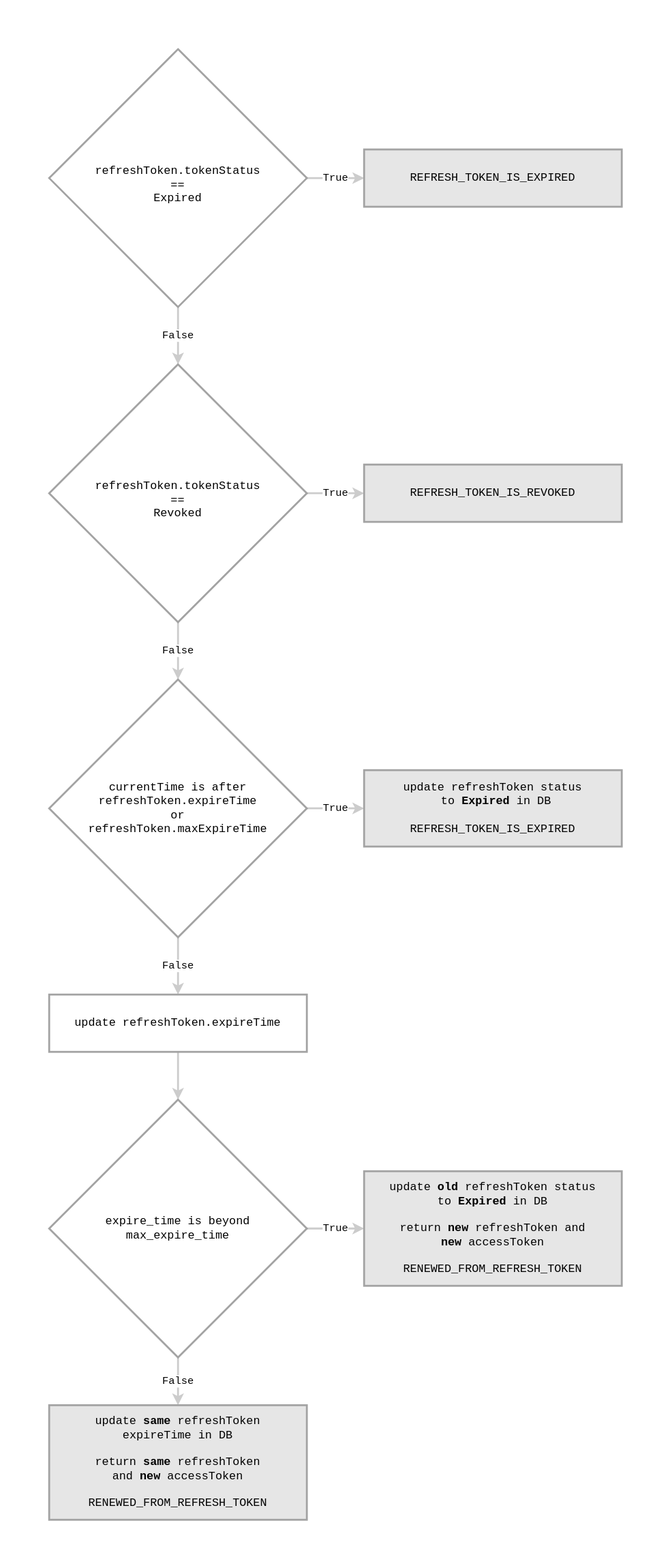
The draw.io diagram refresh_token_flowchart.svg in GitCodings/Stack-BE1-IDM-Service-Starter, before a commit. Source tidied: cells renumbered, new cells last; positions are measured from the earlier drawing's top-left corner, leaving out a move shared by most shapes. The source it was exported from:
```xml
<mxGraphModel>
  <root>
    <mxCell id="0" />
    <mxCell id="1" parent="0" />
    <mxCell id="2" value="True" style="edgeStyle=orthogonalEdgeStyle;rounded=0;jettySize=auto;html=1;fontFamily=Courier New;strokeColor=#CCCCCC;strokeWidth=2;" parent="1" edge="1" source="4" target="5">
      <mxGeometry relative="1" as="geometry" />
    </mxCell>
    <mxCell id="3" value="False" style="edgeStyle=orthogonalEdgeStyle;rounded=0;jettySize=auto;html=1;fontFamily=Courier New;strokeColor=#CCCCCC;strokeWidth=2;" parent="1" edge="1" source="4" target="8">
      <mxGeometry relative="1" as="geometry" />
    </mxCell>
    <mxCell id="4" value="&lt;font&gt;&lt;br&gt;refreshToken.tokenStatus&lt;br&gt;==&lt;br&gt;Expired&lt;/font&gt;" style="rhombus;whiteSpace=wrap;html=1;fontFamily=Courier New;labelBackgroundColor=none;labelBorderColor=none;strokeColor=#A3A3A3;strokeWidth=2;" parent="1" vertex="1">
      <mxGeometry width="270" height="270" as="geometry" />
    </mxCell>
    <mxCell id="5" value="REFRESH_TOKEN_IS_EXPIRED" style="whiteSpace=wrap;html=1;fontFamily=Courier New;strokeColor=#A3A3A3;labelBackgroundColor=none;labelBorderColor=none;strokeWidth=2;fillColor=#E6E6E6;" parent="1" vertex="1">
      <mxGeometry x="330" y="105" width="270" height="60" as="geometry" />
    </mxCell>
    <mxCell id="6" value="True" style="edgeStyle=orthogonalEdgeStyle;rounded=0;jettySize=auto;html=1;fontFamily=Courier New;strokeColor=#CCCCCC;strokeWidth=2;" parent="1" edge="1" source="8" target="9">
      <mxGeometry relative="1" as="geometry" />
    </mxCell>
    <mxCell id="7" value="False" style="edgeStyle=orthogonalEdgeStyle;rounded=0;jettySize=auto;html=1;fontFamily=Courier New;strokeColor=#CCCCCC;strokeWidth=2;" parent="1" edge="1" source="8" target="12">
      <mxGeometry relative="1" as="geometry" />
    </mxCell>
    <mxCell id="8" value="&lt;br&gt;refreshToken.tokenStatus&lt;br&gt;==&lt;br&gt;Revoked" style="rhombus;whiteSpace=wrap;html=1;fontFamily=Courier New;labelBackgroundColor=none;labelBorderColor=none;strokeColor=#A3A3A3;strokeWidth=2;" parent="1" vertex="1">
      <mxGeometry y="330" width="270" height="270" as="geometry" />
    </mxCell>
    <mxCell id="9" value="REFRESH_TOKEN_IS_REVOKED" style="whiteSpace=wrap;html=1;fontFamily=Courier New;strokeColor=#A3A3A3;labelBackgroundColor=none;labelBorderColor=none;strokeWidth=2;fillColor=#E6E6E6;" parent="1" vertex="1">
      <mxGeometry x="330" y="435" width="270" height="60" as="geometry" />
    </mxCell>
    <mxCell id="10" value="True" style="edgeStyle=orthogonalEdgeStyle;rounded=0;jettySize=auto;html=1;fontFamily=Courier New;strokeColor=#CCCCCC;strokeWidth=2;" parent="1" edge="1" source="12" target="13">
      <mxGeometry relative="1" as="geometry" />
    </mxCell>
    <mxCell id="11" value="False" style="edgeStyle=orthogonalEdgeStyle;rounded=0;jettySize=auto;html=1;fontFamily=Courier New;strokeColor=#CCCCCC;strokeWidth=2;" parent="1" edge="1" source="12" target="15">
      <mxGeometry relative="1" as="geometry" />
    </mxCell>
    <mxCell id="12" value="&lt;font&gt;currentTime is after &lt;br&gt;refreshToken.expireTime&lt;br&gt;or&lt;br&gt;refreshToken.maxExpireTime&lt;br&gt;&lt;/font&gt;" style="rhombus;whiteSpace=wrap;html=1;fontFamily=Courier New;labelBackgroundColor=none;labelBorderColor=none;strokeColor=#A3A3A3;strokeWidth=2;" parent="1" vertex="1">
      <mxGeometry y="660" width="270" height="270" as="geometry" />
    </mxCell>
    <mxCell id="13" value="update refreshToken status&lt;br&gt;&amp;nbsp;to &lt;b&gt;Expired&lt;/b&gt; in DB&lt;br&gt;&lt;br&gt;REFRESH_TOKEN_IS_EXPIRED" style="whiteSpace=wrap;html=1;fontFamily=Courier New;strokeColor=#A3A3A3;labelBackgroundColor=none;labelBorderColor=none;strokeWidth=2;fillColor=#E6E6E6;" parent="1" vertex="1">
      <mxGeometry x="330" y="755" width="270" height="80" as="geometry" />
    </mxCell>
    <mxCell id="14" style="edgeStyle=orthogonalEdgeStyle;rounded=0;jettySize=auto;html=1;fontFamily=Courier New;strokeColor=#CCCCCC;strokeWidth=2;" parent="1" edge="1" source="15" target="18">
      <mxGeometry relative="1" as="geometry" />
    </mxCell>
    <mxCell id="15" value="update refreshToken.expireTime" style="whiteSpace=wrap;html=1;fontFamily=Courier New;strokeColor=#A3A3A3;labelBackgroundColor=none;labelBorderColor=none;strokeWidth=2;" parent="1" vertex="1">
      <mxGeometry y="990" width="270" height="60" as="geometry" />
    </mxCell>
    <mxCell id="16" value="True" style="edgeStyle=orthogonalEdgeStyle;rounded=0;jettySize=auto;html=1;fontFamily=Courier New;strokeColor=#CCCCCC;strokeWidth=2;" parent="1" edge="1" source="18" target="19">
      <mxGeometry relative="1" as="geometry" />
    </mxCell>
    <mxCell id="17" value="False" style="edgeStyle=orthogonalEdgeStyle;rounded=0;jettySize=auto;html=1;fontFamily=Courier New;strokeColor=#CCCCCC;strokeWidth=2;" parent="1" edge="1" source="18" target="20">
      <mxGeometry relative="1" as="geometry" />
    </mxCell>
    <mxCell id="18" value="expire_time is beyond&lt;br&gt;max_expire_time" style="rhombus;whiteSpace=wrap;html=1;fontFamily=Courier New;strokeColor=#A3A3A3;labelBackgroundColor=none;labelBorderColor=none;strokeWidth=2;" parent="1" vertex="1">
      <mxGeometry y="1100" width="270" height="270" as="geometry" />
    </mxCell>
    <mxCell id="19" value="update&amp;nbsp;&lt;b&gt;old&lt;/b&gt; refreshToken status&lt;br&gt;to &lt;b&gt;Expired&lt;/b&gt; in DB&lt;br&gt;&lt;br&gt;return &lt;b&gt;new&lt;/b&gt; refreshToken and&lt;br&gt;&lt;b&gt;new&lt;/b&gt; accessToken&lt;br&gt;&lt;br&gt;RENEWED_FROM_REFRESH_TOKEN" style="whiteSpace=wrap;html=1;fontFamily=Courier New;strokeColor=#A3A3A3;labelBackgroundColor=none;labelBorderColor=none;strokeWidth=2;fillColor=#E6E6E6;" parent="1" vertex="1">
      <mxGeometry x="330" y="1175" width="270" height="120" as="geometry" />
    </mxCell>
    <mxCell id="20" value="update &lt;b&gt;same&lt;/b&gt; refreshToken &lt;br&gt;expireTime in DB&lt;br&gt;&lt;br&gt;return &lt;b&gt;same&lt;/b&gt; refreshToken&lt;br&gt;and &lt;b&gt;new&lt;/b&gt; accessToken&lt;br&gt;&lt;br&gt;RENEWED_FROM_REFRESH_TOKEN" style="whiteSpace=wrap;html=1;fontFamily=Courier New;strokeColor=#A3A3A3;labelBackgroundColor=none;labelBorderColor=none;strokeWidth=2;fillColor=#E6E6E6;" parent="1" vertex="1">
      <mxGeometry y="1420" width="270" height="120" as="geometry" />
    </mxCell>
  </root>
</mxGraphModel>
```
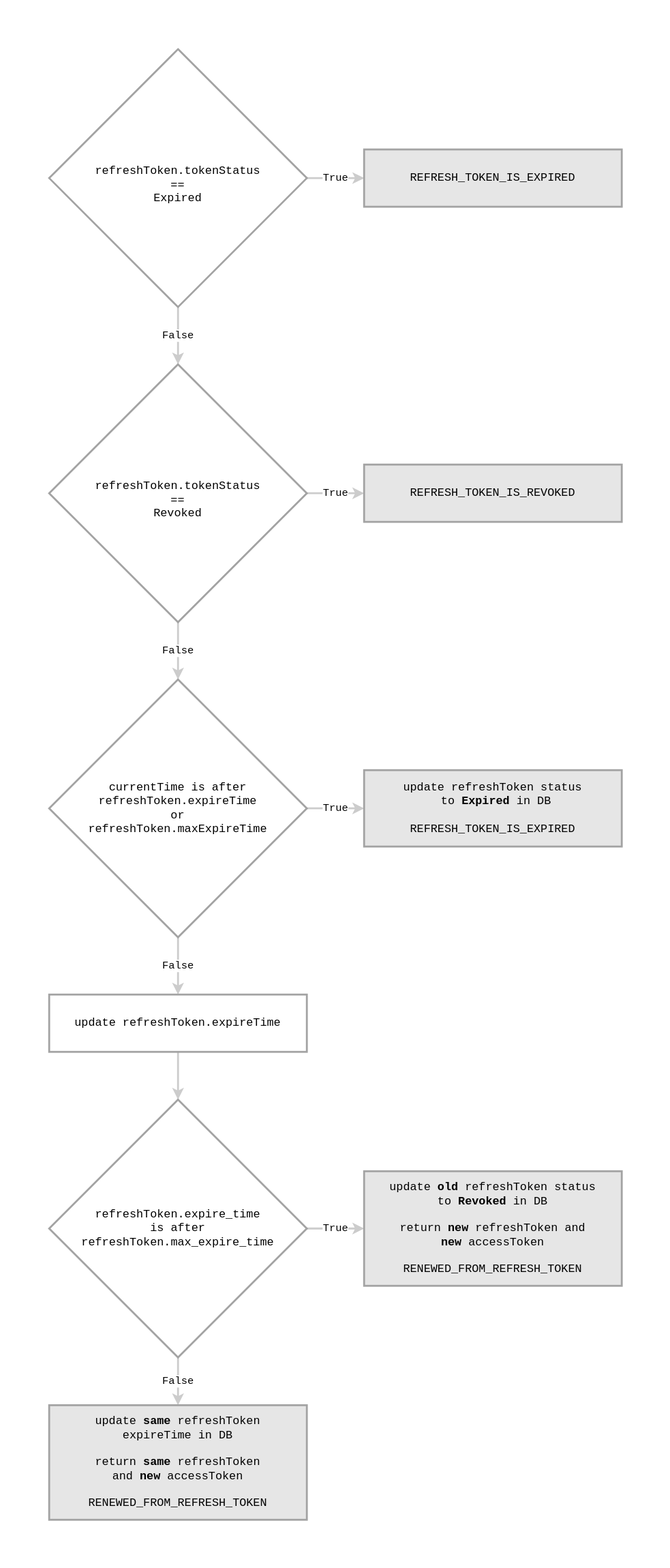
Later version of the same file.

The edit, as a diff of the source:
```diff
@@ -50,10 +50,10 @@
     <mxCell id="17" value="False" style="edgeStyle=orthogonalEdgeStyle;rounded=0;jettySize=auto;html=1;fontFamily=Courier New;strokeColor=#CCCCCC;strokeWidth=2;" parent="1" edge="1" source="18" target="20">
       <mxGeometry relative="1" as="geometry" />
     </mxCell>
-    <mxCell id="18" value="expire_time is beyond&lt;br&gt;max_expire_time" style="rhombus;whiteSpace=wrap;html=1;fontFamily=Courier New;strokeColor=#A3A3A3;labelBackgroundColor=none;labelBorderColor=none;strokeWidth=2;" parent="1" vertex="1">
+    <mxCell id="18" value="refreshToken.expire_time &lt;br&gt;is after&lt;br&gt;refreshToken.max_expire_time" style="rhombus;whiteSpace=wrap;html=1;fontFamily=Courier New;strokeColor=#A3A3A3;labelBackgroundColor=none;labelBorderColor=none;strokeWidth=2;" parent="1" vertex="1">
       <mxGeometry y="1100" width="270" height="270" as="geometry" />
     </mxCell>
-    <mxCell id="19" value="update&amp;nbsp;&lt;b&gt;old&lt;/b&gt; refreshToken status&lt;br&gt;to &lt;b&gt;Expired&lt;/b&gt; in DB&lt;br&gt;&lt;br&gt;return &lt;b&gt;new&lt;/b&gt; refreshToken and&lt;br&gt;&lt;b&gt;new&lt;/b&gt; accessToken&lt;br&gt;&lt;br&gt;RENEWED_FROM_REFRESH_TOKEN" style="whiteSpace=wrap;html=1;fontFamily=Courier New;strokeColor=#A3A3A3;labelBackgroundColor=none;labelBorderColor=none;strokeWidth=2;fillColor=#E6E6E6;" parent="1" vertex="1">
+    <mxCell id="19" value="update&amp;nbsp;&lt;b&gt;old&lt;/b&gt; refreshToken status&lt;br&gt;to &lt;b&gt;Revoked&lt;/b&gt; in DB&lt;br&gt;&lt;br&gt;return &lt;b&gt;new&lt;/b&gt; refreshToken and&lt;br&gt;&lt;b&gt;new&lt;/b&gt; accessToken&lt;br&gt;&lt;br&gt;RENEWED_FROM_REFRESH_TOKEN" style="whiteSpace=wrap;html=1;fontFamily=Courier New;strokeColor=#A3A3A3;labelBackgroundColor=none;labelBorderColor=none;strokeWidth=2;fillColor=#E6E6E6;" parent="1" vertex="1">
       <mxGeometry x="330" y="1175" width="270" height="120" as="geometry" />
     </mxCell>
     <mxCell id="20" value="update &lt;b&gt;same&lt;/b&gt; refreshToken &lt;br&gt;expireTime in DB&lt;br&gt;&lt;br&gt;return &lt;b&gt;same&lt;/b&gt; refreshToken&lt;br&gt;and &lt;b&gt;new&lt;/b&gt; accessToken&lt;br&gt;&lt;br&gt;RENEWED_FROM_REFRESH_TOKEN" style="whiteSpace=wrap;html=1;fontFamily=Courier New;strokeColor=#A3A3A3;labelBackgroundColor=none;labelBorderColor=none;strokeWidth=2;fillColor=#E6E6E6;" parent="1" vertex="1">
```
